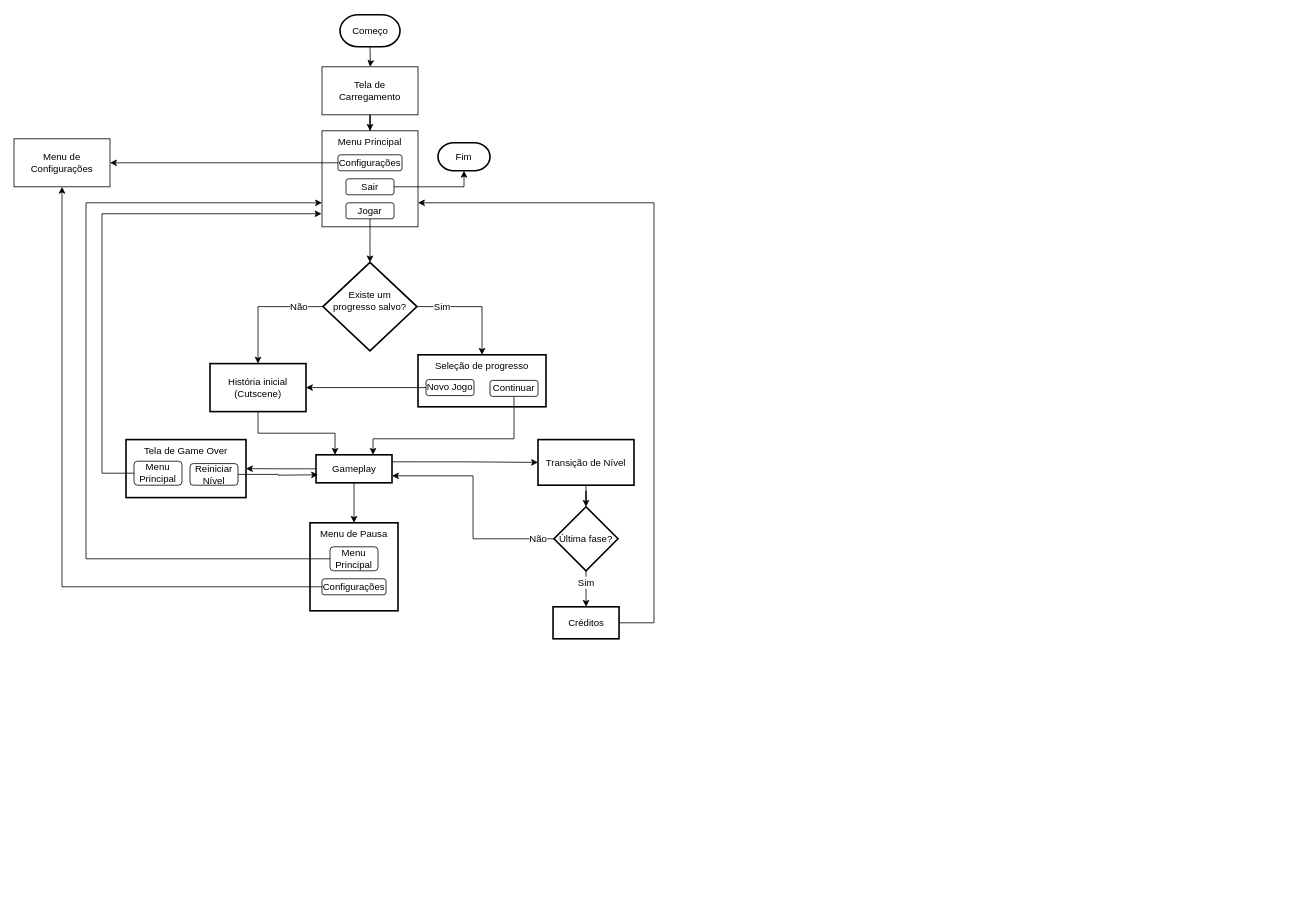
The draw.io diagram Runaway Bear flowchart.drawio in IsaacoHamsto/runawaybeargame, before the edit. Source tidied: cells renumbered, new cells numbered last; positions are measured from the earlier drawing's top-left corner, leaving out a move shared by most shapes. Both pictures are drawn from the tidied source at 80%, with x=0, y=0 at pixel (14, 14).
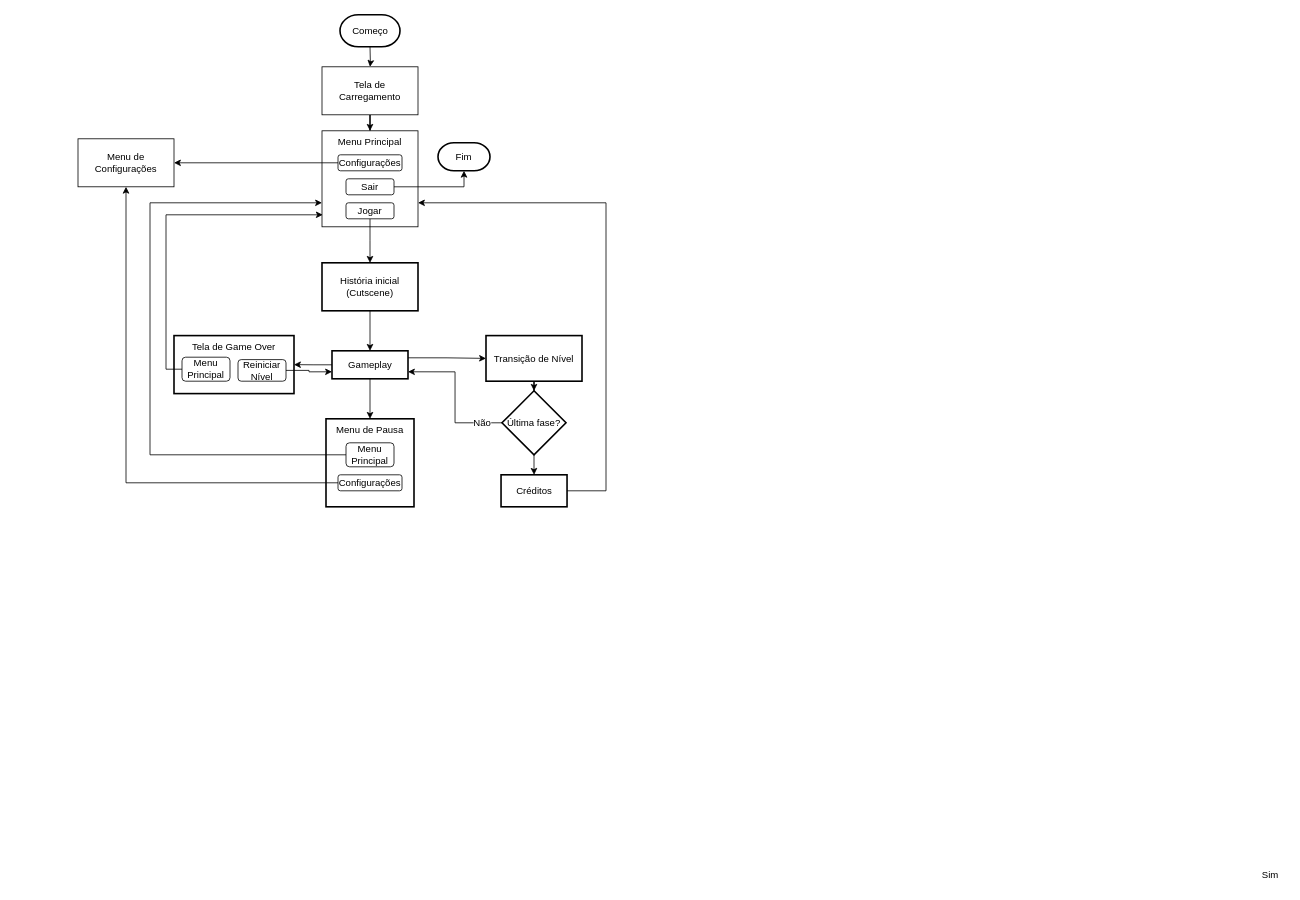
After the change.

Commit message:
Remover sistema de save do fluxograma

Unchanged cells that the change refers to:
```xml
<mxCell id="5" value="Menu Principal" style="rounded=0;whiteSpace=wrap;html=1;verticalAlign=top;fillColor=default;" parent="1" vertex="1">
  <mxGeometry x="385" y="145" width="120" height="120" as="geometry" />
</mxCell>
<mxCell id="7" value="Jogar" style="rounded=1;whiteSpace=wrap;html=1;fillColor=default;" parent="1" vertex="1">
  <mxGeometry x="415" y="235" width="60" height="20" as="geometry" />
</mxCell>
```

What changed in the source:
```diff
@@
-    <mxCell id="6" style="edgeStyle=orthogonalEdgeStyle;rounded=0;jettySize=auto;html=1;entryX=0.5;entryY=0;entryDx=0;entryDy=0;entryPerimeter=0;" parent="1" edge="1" source="7" target="14">
+    <mxCell id="6" style="edgeStyle=orthogonalEdgeStyle;rounded=0;jettySize=auto;html=1;entryX=0.5;entryY=0;entryDx=0;entryDy=0;exitX=0.5;exitY=1;exitDx=0;exitDy=0;" parent="1" edge="1" source="7">
       <mxGeometry relative="1" as="geometry">
-        <Array as="points">
-          <mxPoint x="445" y="265" />
-          <mxPoint x="445" y="265" />
-        </Array>
+        <mxPoint x="445" y="310" as="targetPoint" />
       </mxGeometry>
     </mxCell>
@@
-    <mxCell id="12" style="edgeStyle=orthogonalEdgeStyle;rounded=0;jettySize=auto;html=1;entryX=0.5;entryY=0;entryDx=0;entryDy=0;" parent="1" edge="1" source="14" target="16">
-      <mxGeometry relative="1" as="geometry" />
-    </mxCell>
-    <mxCell id="13" style="edgeStyle=orthogonalEdgeStyle;rounded=0;jettySize=auto;html=1;entryX=0.5;entryY=0;entryDx=0;entryDy=0;exitX=1;exitY=0.5;exitDx=0;exitDy=0;exitPerimeter=0;" parent="1" edge="1" source="14" target="17">
-      <mxGeometry relative="1" as="geometry" />
-    </mxCell>
-    <mxCell id="14" value="Existe um progresso salvo?&lt;br&gt;­" style="strokeWidth=2;html=1;shape=mxgraph.flowchart.decision;whiteSpace=wrap;verticalAlign=middle;spacingLeft=8;spacingRight=8;" parent="1" vertex="1">
-      <mxGeometry x="386.2" y="309.5" width="117.5" height="110.5" as="geometry" />
-    </mxCell>
-    <mxCell id="15" style="edgeStyle=orthogonalEdgeStyle;rounded=0;jettySize=auto;html=1;exitX=0.5;exitY=1;exitDx=0;exitDy=0;entryX=0.25;entryY=0;entryDx=0;entryDy=0;" parent="1" edge="1" source="16" target="25">
+    <mxCell id="15" style="edgeStyle=orthogonalEdgeStyle;rounded=0;jettySize=auto;html=1;exitX=0.5;exitY=1;exitDx=0;exitDy=0;entryX=0.5;entryY=0;entryDx=0;entryDy=0;" parent="1" edge="1" source="16" target="25">
       <mxGeometry relative="1" as="geometry" />
     </mxCell>
     <mxCell id="16" value="História inicial (Cutscene)" style="whiteSpace=wrap;html=1;strokeWidth=2;" parent="1" vertex="1">
-      <mxGeometry x="245" y="436" width="120" height="60" as="geometry" />
+      <mxGeometry x="385" y="310" width="120" height="60" as="geometry" />
     </mxCell>
-    <mxCell id="17" value="Seleção de progresso" style="whiteSpace=wrap;html=1;strokeWidth=2;verticalAlign=top;" parent="1" vertex="1">
-      <mxGeometry x="505" y="425" width="160" height="65" as="geometry" />
-    </mxCell>
-    <mxCell id="18" style="edgeStyle=orthogonalEdgeStyle;rounded=0;jettySize=auto;html=1;entryX=1;entryY=0.5;entryDx=0;entryDy=0;" parent="1" edge="1" source="19" target="16">
-      <mxGeometry relative="1" as="geometry" />
-    </mxCell>
-    <mxCell id="19" value="Novo Jogo" style="rounded=1;whiteSpace=wrap;html=1;fillColor=default;" parent="1" vertex="1">
-      <mxGeometry x="515" y="456" width="60" height="20" as="geometry" />
-    </mxCell>
-    <mxCell id="20" style="edgeStyle=orthogonalEdgeStyle;rounded=0;jettySize=auto;html=1;entryX=0.75;entryY=0;entryDx=0;entryDy=0;" parent="1" edge="1" source="21" target="25">
-      <mxGeometry relative="1" as="geometry">
-        <Array as="points">
-          <mxPoint x="625" y="530" />
-          <mxPoint x="449" y="530" />
-        </Array>
-      </mxGeometry>
-    </mxCell>
-    <mxCell id="21" value="Continuar" style="rounded=1;whiteSpace=wrap;html=1;fillColor=default;" parent="1" vertex="1">
-      <mxGeometry x="595" y="457" width="60" height="20" as="geometry" />
-    </mxCell>
@@
     <mxCell id="25" value="Gameplay" style="whiteSpace=wrap;html=1;strokeWidth=2;" parent="1" vertex="1">
-      <mxGeometry x="377.5" y="550" width="95" height="35" as="geometry" />
+      <mxGeometry x="397.5" y="420" width="95" height="35" as="geometry" />
     </mxCell>
     <mxCell id="26" value="Menu de Configurações" style="rounded=0;whiteSpace=wrap;html=1;" parent="1" vertex="1">
-      <mxGeometry y="155" width="120" height="60" as="geometry" />
+      <mxGeometry x="80" y="155" width="120" height="60" as="geometry" />
     </mxCell>
     <mxCell id="27" value="Menu de Pausa" style="whiteSpace=wrap;html=1;strokeWidth=2;verticalAlign=top;" parent="1" vertex="1">
-      <mxGeometry x="370" y="635" width="110" height="110" as="geometry" />
+      <mxGeometry x="390" y="505" width="110" height="110" as="geometry" />
     </mxCell>
     <mxCell id="28" style="edgeStyle=orthogonalEdgeStyle;rounded=0;jettySize=auto;html=1;entryX=0;entryY=0.75;entryDx=0;entryDy=0;" parent="1" edge="1" source="29" target="5">
       <mxGeometry relative="1" as="geometry">
         <Array as="points">
-          <mxPoint x="90" y="680" />
-          <mxPoint x="90" y="235" />
+          <mxPoint x="170" y="550" />
+          <mxPoint x="170" y="235" />
         </Array>
       </mxGeometry>
     </mxCell>
     <mxCell id="29" value="Menu Principal" style="rounded=1;whiteSpace=wrap;html=1;fillColor=default;" parent="1" vertex="1">
-      <mxGeometry x="395" y="665" width="60" height="30" as="geometry" />
+      <mxGeometry x="415" y="535" width="60" height="30" as="geometry" />
     </mxCell>
@@
     <mxCell id="31" value="Configurações" style="rounded=1;whiteSpace=wrap;html=1;fillColor=default;" parent="1" vertex="1">
-      <mxGeometry x="385" y="705" width="80" height="20" as="geometry" />
+      <mxGeometry x="405" y="575" width="80" height="20" as="geometry" />
     </mxCell>
@@
     <mxCell id="33" value="Transição de Nível" style="whiteSpace=wrap;html=1;strokeWidth=2;verticalAlign=middle;" parent="1" vertex="1">
-      <mxGeometry x="655" y="531" width="120" height="57" as="geometry" />
+      <mxGeometry x="590" y="401" width="120" height="57" as="geometry" />
     </mxCell>
@@
     <mxCell id="36" value="Última fase?" style="rhombus;whiteSpace=wrap;html=1;verticalAlign=middle;strokeWidth=2;" parent="1" vertex="1">
-      <mxGeometry x="675" y="615" width="80" height="80" as="geometry" />
+      <mxGeometry x="610" y="470" width="80" height="80" as="geometry" />
     </mxCell>
     <mxCell id="37" value="Não" style="text;html=1;align=center;verticalAlign=middle;strokeColor=none;fillColor=none;labelBackgroundColor=default;" parent="1" vertex="1">
-      <mxGeometry x="630" y="640" width="50" height="30" as="geometry" />
+      <mxGeometry x="560" y="495" width="50" height="30" as="geometry" />
     </mxCell>
     <mxCell id="38" value="Sim" style="text;html=1;align=center;verticalAlign=middle;strokeColor=none;fillColor=none;labelBackgroundColor=default;" parent="1" vertex="1">
-      <mxGeometry x="695" y="695" width="40" height="30" as="geometry" />
+      <mxGeometry x="1550" y="1060" width="40" height="30" as="geometry" />
     </mxCell>
-    <mxCell id="39" value="Não" style="text;html=1;align=center;verticalAlign=middle;strokeColor=none;fillColor=none;labelBackgroundColor=default;" parent="1" vertex="1">
-      <mxGeometry x="331" y="351" width="50" height="30" as="geometry" />
-    </mxCell>
-    <mxCell id="40" value="Sim" style="text;html=1;align=center;verticalAlign=middle;strokeColor=none;fillColor=none;labelBackgroundColor=default;" parent="1" vertex="1">
-      <mxGeometry x="515" y="351" width="40" height="30" as="geometry" />
-    </mxCell>
-    <mxCell id="41" style="edgeStyle=orthogonalEdgeStyle;rounded=0;jettySize=auto;html=1;entryX=1;entryY=0.75;entryDx=0;entryDy=0;" parent="1" edge="1" source="42" target="5">
+    <mxCell id="41" style="edgeStyle=orthogonalEdgeStyle;rounded=0;jettySize=auto;html=1;entryX=1;entryY=0.75;entryDx=0;entryDy=0;exitX=1;exitY=0.5;exitDx=0;exitDy=0;" parent="1" edge="1" source="42" target="5">
       <mxGeometry relative="1" as="geometry">
         <Array as="points">
-          <mxPoint x="800" y="760" />
-          <mxPoint x="800" y="235" />
+          <mxPoint x="740" y="595" />
+          <mxPoint x="740" y="235" />
         </Array>
       </mxGeometry>
     </mxCell>
     <mxCell id="42" value="Créditos" style="whiteSpace=wrap;html=1;strokeWidth=2;" parent="1" vertex="1">
-      <mxGeometry x="673.8" y="740" width="82.5" height="40" as="geometry" />
+      <mxGeometry x="608.8" y="575" width="82.5" height="40" as="geometry" />
     </mxCell>
     <mxCell id="43" value="Tela de Game Over" style="whiteSpace=wrap;html=1;strokeWidth=2;verticalAlign=top;" parent="1" vertex="1">
-      <mxGeometry x="140" y="531" width="150" height="72.5" as="geometry" />
+      <mxGeometry x="200" y="401" width="150" height="72.5" as="geometry" />
     </mxCell>
-    <mxCell id="44" style="edgeStyle=orthogonalEdgeStyle;rounded=0;jettySize=auto;html=1;entryX=-0.005;entryY=0.864;entryDx=0;entryDy=0;entryPerimeter=0;" parent="1" edge="1" source="45" target="5">
+    <mxCell id="44" style="edgeStyle=orthogonalEdgeStyle;rounded=0;jettySize=auto;html=1;entryX=0.008;entryY=0.875;entryDx=0;entryDy=0;entryPerimeter=0;" parent="1" edge="1" source="45" target="5">
       <mxGeometry relative="1" as="geometry">
         <Array as="points">
-          <mxPoint x="110" y="573" />
-          <mxPoint x="110" y="249" />
+          <mxPoint x="190" y="443" />
+          <mxPoint x="190" y="250" />
         </Array>
       </mxGeometry>
     </mxCell>
     <mxCell id="45" value="Menu Principal" style="rounded=1;whiteSpace=wrap;html=1;fillColor=default;" parent="1" vertex="1">
-      <mxGeometry x="150" y="558" width="60" height="30" as="geometry" />
+      <mxGeometry x="210" y="428" width="60" height="30" as="geometry" />
     </mxCell>
-    <mxCell id="46" style="edgeStyle=orthogonalEdgeStyle;rounded=0;jettySize=auto;html=1;" parent="1" edge="1" source="47">
-      <mxGeometry relative="1" as="geometry">
-        <mxPoint x="380" y="575" as="targetPoint" />
-      </mxGeometry>
-    </mxCell>
+    <mxCell id="50" style="edgeStyle=orthogonalEdgeStyle;rounded=0;jettySize=auto;html=1;entryX=0;entryY=0.75;entryDx=0;entryDy=0;" parent="1" edge="1" source="47" target="25">
+      <mxGeometry relative="1" as="geometry" />
+    </mxCell>
     <mxCell id="47" value="Reiniciar Nível" style="rounded=1;whiteSpace=wrap;html=1;fillColor=default;" parent="1" vertex="1">
-      <mxGeometry x="220" y="561" width="60" height="27" as="geometry" />
+      <mxGeometry x="280" y="431" width="60" height="27" as="geometry" />
     </mxCell>
```
